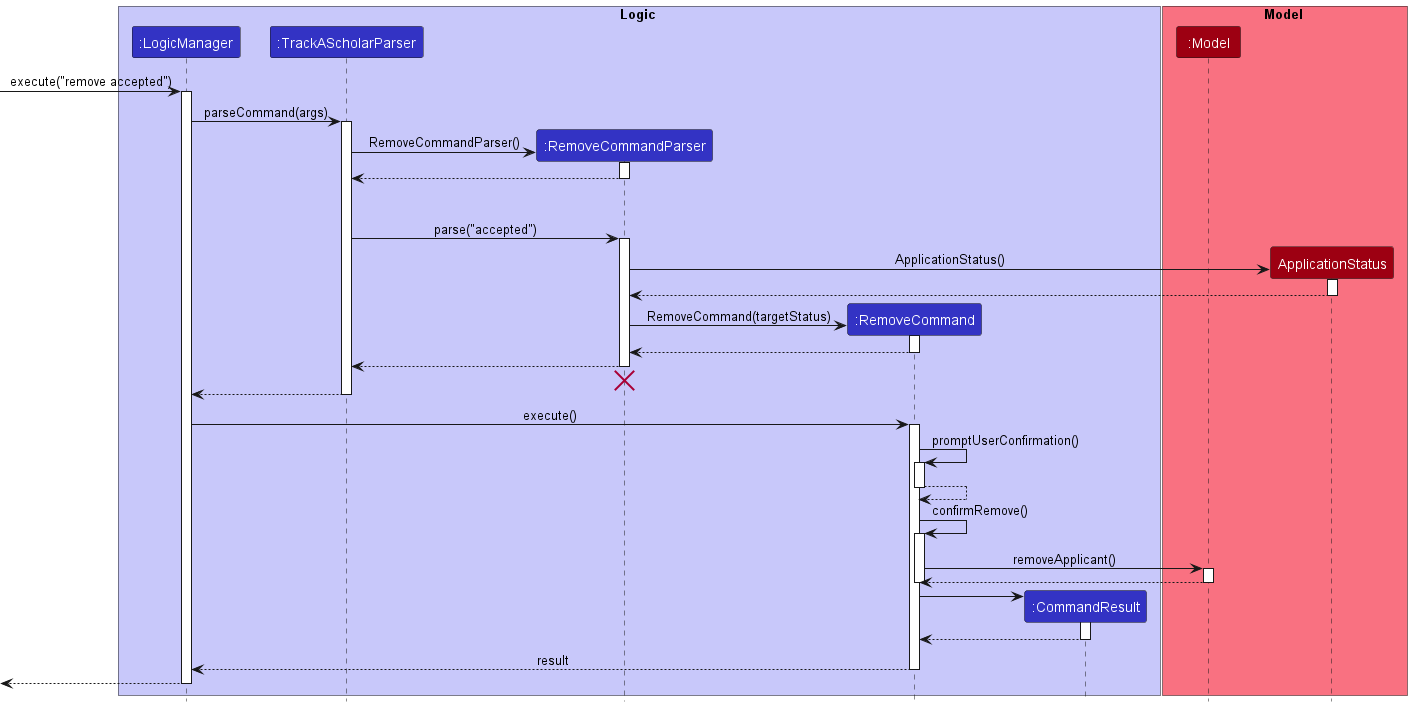
The PlantUML diagram docs/images/RemoveSequenceDiagram.png in nus-cs2103-AY2223S1/tp, before a commit.
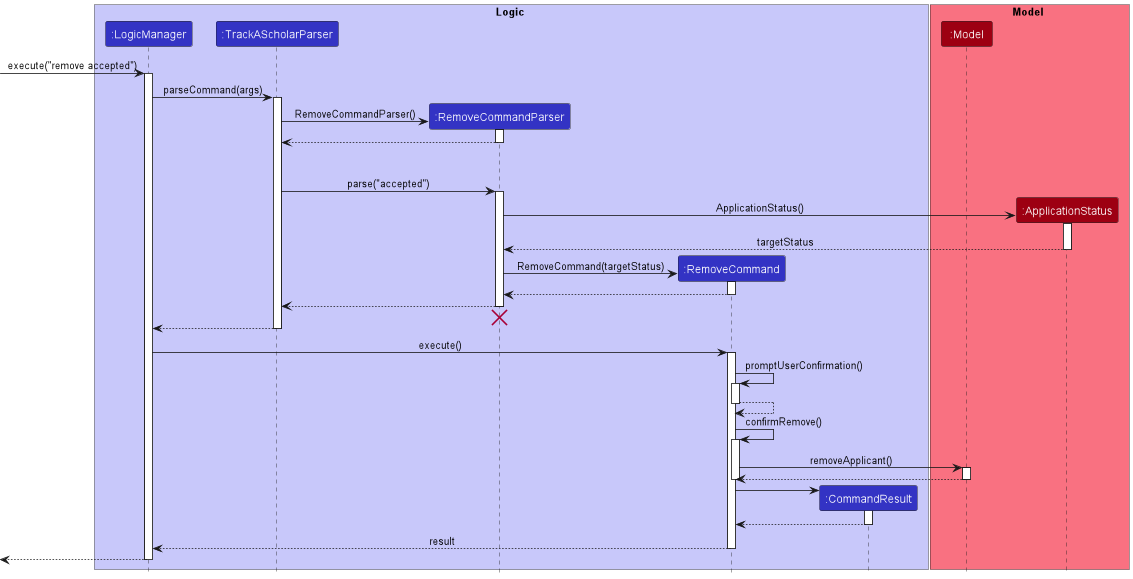
After the change.

The edit, as a diff of the source:
```diff
@@ -13,7 +13,7 @@
 
 box Model MODEL_COLOR_T1
 participant ":Model" as Model MODEL_COLOR
-participant "ApplicationStatus" as ApplicationStatus MODEL_COLOR
+participant ":ApplicationStatus" as ApplicationStatus MODEL_COLOR
 end box
 
 [-> LogicManager : execute("remove accepted")
@@ -35,10 +35,10 @@
 activate RemoveCommandParser
 
 create ApplicationStatus
-RemoveCommandParser -> ApplicationStatus:ApplicationStatus()
+RemoveCommandParser -> ApplicationStatus : ApplicationStatus()
 activate ApplicationStatus
 
-ApplicationStatus --> RemoveCommandParser
+ApplicationStatus --> RemoveCommandParser : targetStatus
 deactivate ApplicationStatus
 
 create RemoveCommand
```
